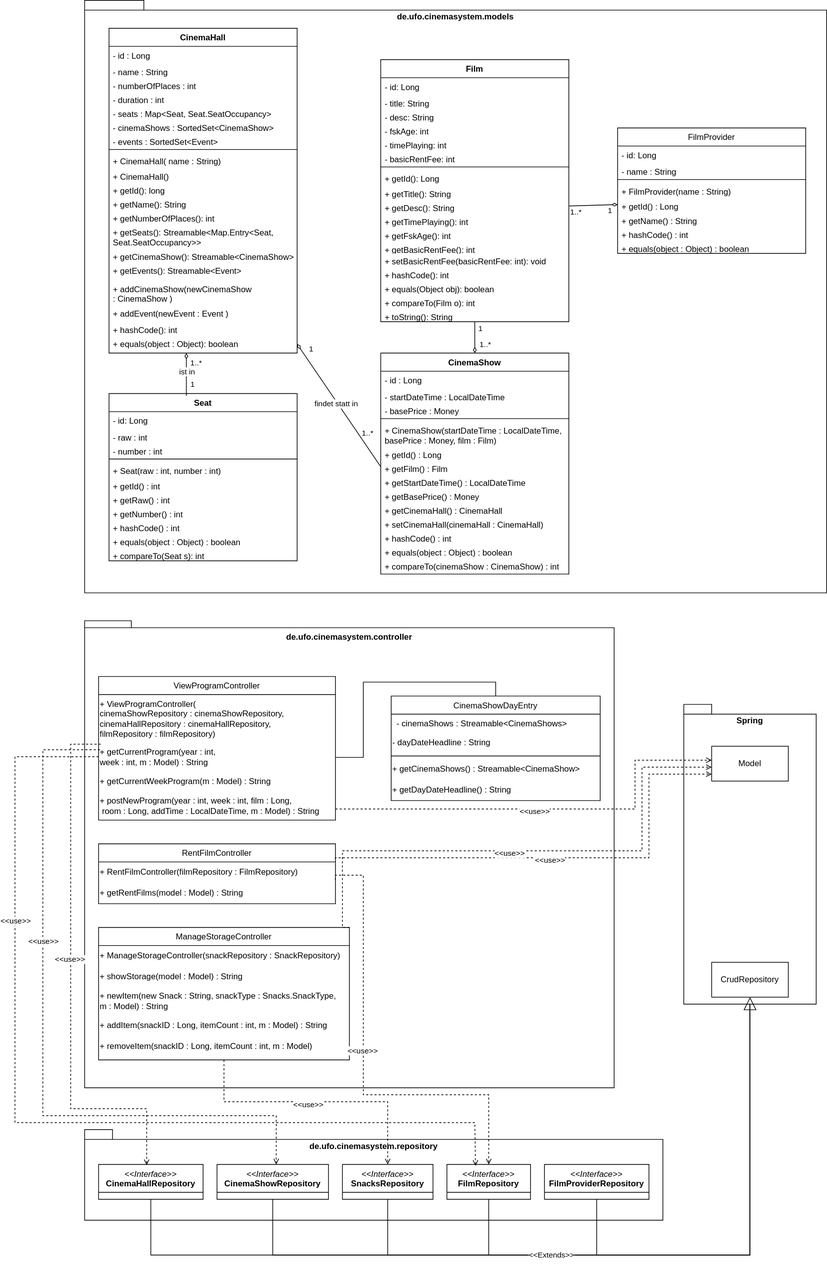
Before: src/main/asciidoc/models/design/Verwaltungssystem/verwaltung_klasse.drawio.svg, a diagram exported from draw.io (Leonard0108/Anwendungsprogrammierung). Source tidied: cells renumbered, new cells last; positions are measured from the earlier drawing's top-left corner, leaving out a move shared by most shapes.
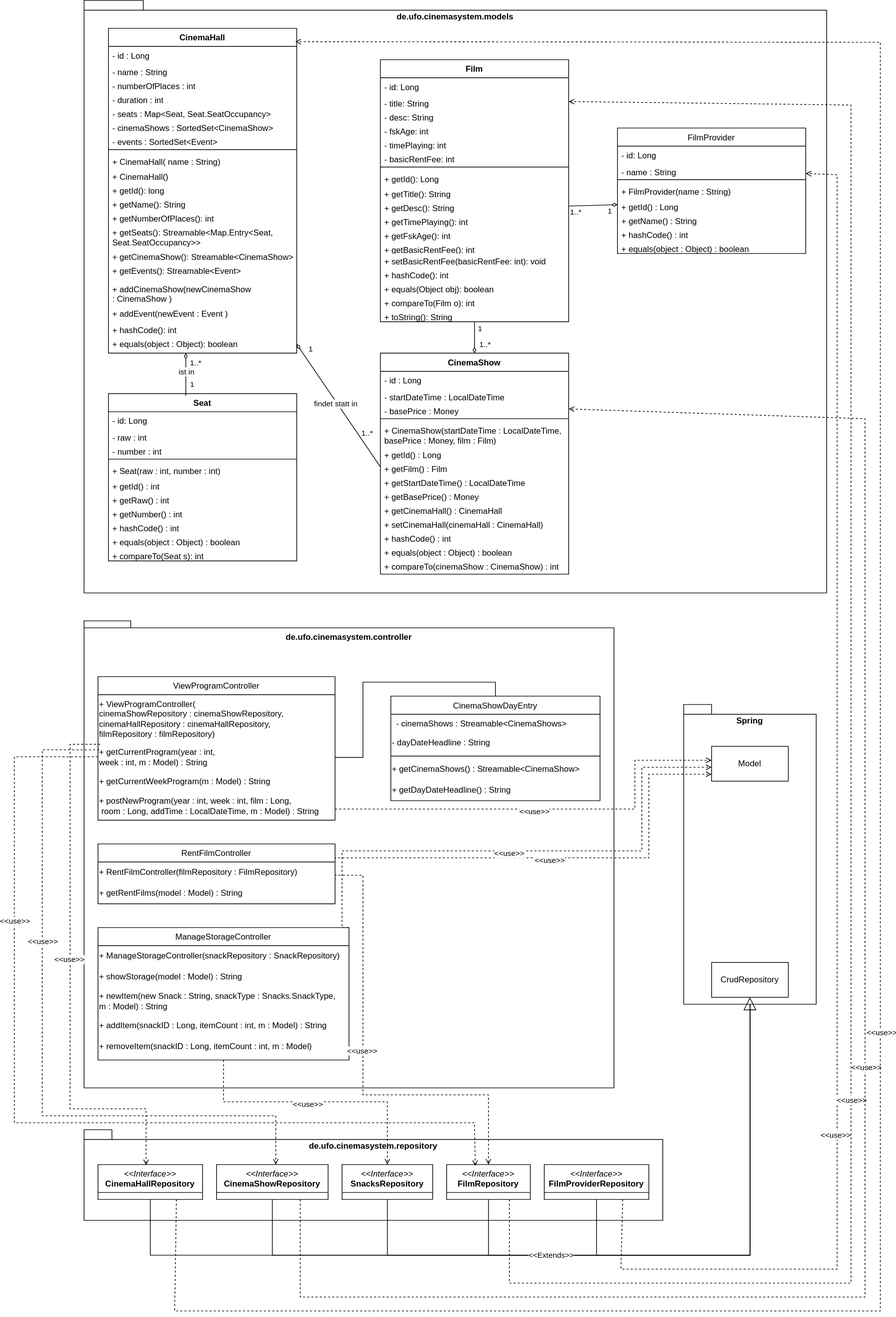
Above is the later version.

Commit message:
Verwaltungssystem: SVG Klassendiagramm neu gerendert & alte  backups gelöscht

The edit, as a diff of the source:
```diff
@@ -536,5 +536,55 @@
         <mxPoint x="1" as="offset" />
       </mxGeometry>
     </mxCell>
+    <mxCell id="145" style="endArrow=open;dashed=1;html=1;rounded=0;endFill=0;exitX=0.75;exitY=1;exitDx=0;exitDy=0;" parent="1" edge="1" source="125" target="48">
+      <mxGeometry relative="1" as="geometry">
+        <Array as="points">
+          <mxPoint x="870" y="1820" />
+          <mxPoint x="1180" y="1820" />
+          <mxPoint x="1180" y="250" />
+        </Array>
+      </mxGeometry>
+    </mxCell>
+    <mxCell id="146" value="&amp;lt;&amp;lt;use&amp;gt;&amp;gt;" style="edgeLabel;html=1;align=center;verticalAlign=middle;" parent="145" vertex="1">
+      <mxGeometry x="-0.4" y="3" relative="1" as="geometry" />
+    </mxCell>
+    <mxCell id="147" style="endArrow=open;dashed=1;html=1;rounded=0;endFill=0;exitX=0.75;exitY=1;exitDx=0;exitDy=0;entryX=1;entryY=0.5;entryDx=0;entryDy=0;" parent="1" edge="1" source="123" target="29">
+      <mxGeometry relative="1" as="geometry">
+        <Array as="points">
+          <mxPoint x="710" y="1840" />
+          <mxPoint x="1200" y="1840" />
+          <mxPoint x="1200" y="150" />
+        </Array>
+      </mxGeometry>
+    </mxCell>
+    <mxCell id="148" value="&amp;lt;&amp;lt;use&amp;gt;&amp;gt;" style="edgeLabel;html=1;align=center;verticalAlign=middle;" parent="147" vertex="1">
+      <mxGeometry x="-0.35" relative="1" as="geometry" />
+    </mxCell>
+    <mxCell id="149" style="endArrow=open;dashed=1;html=1;rounded=0;endFill=0;exitX=0.75;exitY=1;exitDx=0;exitDy=0;entryX=1;entryY=0.5;entryDx=0;entryDy=0;" parent="1" edge="1" source="119" target="79">
+      <mxGeometry relative="1" as="geometry">
+        <Array as="points">
+          <mxPoint x="410" y="1860" />
+          <mxPoint x="1220" y="1860" />
+          <mxPoint x="1220" y="600" />
+        </Array>
+      </mxGeometry>
+    </mxCell>
+    <mxCell id="150" value="&amp;lt;&amp;lt;use&amp;gt;&amp;gt;" style="edgeLabel;html=1;align=center;verticalAlign=middle;" parent="149" vertex="1">
+      <mxGeometry x="-0.09" y="-1" relative="1" as="geometry">
+        <mxPoint y="-80" as="offset" />
+      </mxGeometry>
+    </mxCell>
+    <mxCell id="151" style="endArrow=open;dashed=1;html=1;rounded=0;endFill=0;exitX=0.75;exitY=1;exitDx=0;exitDy=0;entryX=0.993;entryY=0.041;entryDx=0;entryDy=0;entryPerimeter=0;" parent="1" edge="1" source="117" target="55">
+      <mxGeometry relative="1" as="geometry">
+        <Array as="points">
+          <mxPoint x="230" y="1880" />
+          <mxPoint x="1242" y="1880" />
+          <mxPoint x="1242" y="60" />
+        </Array>
+      </mxGeometry>
+    </mxCell>
+    <mxCell id="152" value="&amp;lt;&amp;lt;use&amp;gt;&amp;gt;" style="edgeLabel;html=1;align=center;verticalAlign=middle;" parent="151" vertex="1">
+      <mxGeometry x="-0.18" y="-1" relative="1" as="geometry" />
+    </mxCell>
   </root>
 </mxGraphModel>
```
